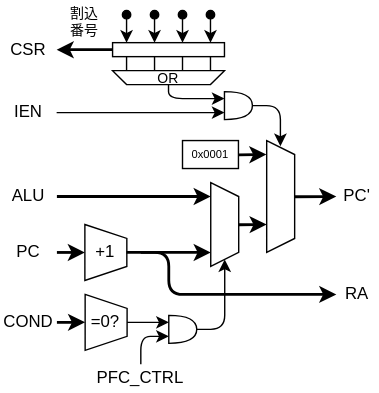
The draw.io diagram Lab/Computer/RK16/01_Architecture/img/pfc.dio.svg in amane-uehara/kanade-k-1228.github.io, before a commit. Source tidied: cells renumbered, new cells last; positions are measured from the earlier drawing's top-left corner, leaving out a move shared by most shapes.
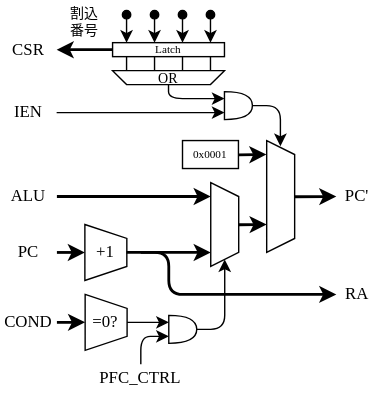
Later version of the same file.

What changed in the source:
```diff
@@ -2,13 +2,13 @@
   <root>
     <mxCell id="0" />
     <mxCell id="1" parent="0" />
-    <mxCell id="2" style="shape=trapezoid;perimeter=trapezoidPerimeter;whiteSpace=wrap;html=1;fixedSize=1;direction=south;size=10;" parent="1" vertex="1">
+    <mxCell id="2" style="shape=trapezoid;perimeter=trapezoidPerimeter;whiteSpace=wrap;html=1;fixedSize=1;direction=south;size=10;fontFamily='Kosugi Maru';fontSource=https%3A%2F%2Ffonts.googleapis.com%2Fcss%3Ffamily%3D'Kosugi%2BMaru';" parent="1" vertex="1">
       <mxGeometry x="190.2" y="100" width="20" height="80" as="geometry" />
     </mxCell>
-    <mxCell id="3" style="rounded=0;whiteSpace=wrap;html=1;fontSize=8;" parent="1" vertex="1">
+    <mxCell id="3" value="Latch" style="rounded=0;whiteSpace=wrap;html=1;fontSize=8;fontFamily='Kosugi Maru';fontSource=https%3A%2F%2Ffonts.googleapis.com%2Fcss%3Ffamily%3D'Kosugi%2BMaru';" parent="1" vertex="1">
       <mxGeometry x="80" y="30" width="80" height="10" as="geometry" />
     </mxCell>
-    <mxCell id="4" style="endArrow=classic;html=1;" parent="1" edge="1">
+    <mxCell id="4" style="endArrow=classic;html=1;fontFamily='Kosugi Maru';fontSource=https%3A%2F%2Ffonts.googleapis.com%2Fcss%3Ffamily%3D'Kosugi%2BMaru';" parent="1" edge="1">
       <mxGeometry relative="1" as="geometry">
         <mxPoint x="180" y="75" as="sourcePoint" />
         <mxPoint x="200" y="104" as="targetPoint" />
@@ -17,43 +17,43 @@
         </Array>
       </mxGeometry>
     </mxCell>
-    <mxCell id="5" style="endArrow=classic;html=1;strokeWidth=2;" parent="1" edge="1">
+    <mxCell id="5" style="endArrow=classic;html=1;strokeWidth=2;fontFamily='Kosugi Maru';fontSource=https%3A%2F%2Ffonts.googleapis.com%2Fcss%3Ffamily%3D'Kosugi%2BMaru';" parent="1" edge="1">
       <mxGeometry relative="1" as="geometry">
         <mxPoint x="80" y="35" as="sourcePoint" />
         <mxPoint x="40" y="35" as="targetPoint" />
       </mxGeometry>
     </mxCell>
-    <mxCell id="6" style="endArrow=classic;html=1;strokeWidth=2;" parent="1" edge="1">
+    <mxCell id="6" style="endArrow=classic;html=1;strokeWidth=2;fontFamily='Kosugi Maru';fontSource=https%3A%2F%2Ffonts.googleapis.com%2Fcss%3Ffamily%3D'Kosugi%2BMaru';" parent="1" edge="1">
       <mxGeometry relative="1" as="geometry">
         <mxPoint x="170.2" y="160.2" as="sourcePoint" />
         <mxPoint x="190.2" y="160" as="targetPoint" />
       </mxGeometry>
     </mxCell>
-    <mxCell id="7" style="endArrow=classic;html=1;strokeWidth=2;" parent="1" edge="1">
+    <mxCell id="7" style="endArrow=classic;html=1;strokeWidth=2;fontFamily='Kosugi Maru';fontSource=https%3A%2F%2Ffonts.googleapis.com%2Fcss%3Ffamily%3D'Kosugi%2BMaru';" parent="1" edge="1">
       <mxGeometry relative="1" as="geometry">
         <mxPoint x="210" y="140.2" as="sourcePoint" />
         <mxPoint x="240" y="140" as="targetPoint" />
       </mxGeometry>
     </mxCell>
-    <mxCell id="8" value="ALU" style="text;html=1;strokeColor=none;fillColor=none;align=center;verticalAlign=middle;whiteSpace=wrap;rounded=0;" parent="1" vertex="1">
+    <mxCell id="8" value="ALU" style="text;html=1;strokeColor=none;fillColor=none;align=center;verticalAlign=middle;whiteSpace=wrap;rounded=0;fontFamily='Kosugi Maru';fontSource=https%3A%2F%2Ffonts.googleapis.com%2Fcss%3Ffamily%3D'Kosugi%2BMaru';" parent="1" vertex="1">
       <mxGeometry y="130" width="40.2" height="20" as="geometry" />
     </mxCell>
-    <mxCell id="9" value="PFC_CTRL" style="text;html=1;strokeColor=none;fillColor=none;align=center;verticalAlign=middle;whiteSpace=wrap;rounded=0;" parent="1" vertex="1">
+    <mxCell id="9" value="PFC_CTRL" style="text;html=1;strokeColor=none;fillColor=none;align=center;verticalAlign=middle;whiteSpace=wrap;rounded=0;fontFamily='Kosugi Maru';fontSource=https%3A%2F%2Ffonts.googleapis.com%2Fcss%3Ffamily%3D'Kosugi%2BMaru';" parent="1" vertex="1">
       <mxGeometry x="70.2" y="260" width="60" height="20" as="geometry" />
     </mxCell>
-    <mxCell id="10" style="shape=trapezoid;perimeter=trapezoidPerimeter;whiteSpace=wrap;html=1;fixedSize=1;direction=south;size=10;" parent="1" vertex="1">
+    <mxCell id="10" style="shape=trapezoid;perimeter=trapezoidPerimeter;whiteSpace=wrap;html=1;fixedSize=1;direction=south;size=10;fontFamily='Kosugi Maru';fontSource=https%3A%2F%2Ffonts.googleapis.com%2Fcss%3Ffamily%3D'Kosugi%2BMaru';" parent="1" vertex="1">
       <mxGeometry x="150.2" y="130" width="20" height="60" as="geometry" />
     </mxCell>
-    <mxCell id="11" style="endArrow=classic;html=1;strokeWidth=2;" parent="1" edge="1">
+    <mxCell id="11" style="endArrow=classic;html=1;strokeWidth=2;fontFamily='Kosugi Maru';fontSource=https%3A%2F%2Ffonts.googleapis.com%2Fcss%3Ffamily%3D'Kosugi%2BMaru';" parent="1" edge="1">
       <mxGeometry relative="1" as="geometry">
         <mxPoint x="40.2" y="140" as="sourcePoint" />
         <mxPoint x="150.2" y="140" as="targetPoint" />
       </mxGeometry>
     </mxCell>
-    <mxCell id="12" value="割込&lt;br&gt;番号" style="text;html=1;strokeColor=none;fillColor=none;align=center;verticalAlign=middle;whiteSpace=wrap;rounded=0;fontSize=10;" parent="1" vertex="1">
+    <mxCell id="12" value="割込&lt;br&gt;番号" style="text;html=1;strokeColor=none;fillColor=none;align=center;verticalAlign=middle;whiteSpace=wrap;rounded=0;fontSize=10;fontFamily='Kosugi Maru';fontSource=https%3A%2F%2Ffonts.googleapis.com%2Fcss%3Ffamily%3D'Kosugi%2BMaru';" parent="1" vertex="1">
       <mxGeometry x="40" width="40" height="30" as="geometry" />
     </mxCell>
-    <mxCell id="13" style="endArrow=classic;html=1;fontSize=10;" parent="1" edge="1">
+    <mxCell id="13" style="endArrow=classic;html=1;fontSize=10;fontFamily='Kosugi Maru';fontSource=https%3A%2F%2Ffonts.googleapis.com%2Fcss%3Ffamily%3D'Kosugi%2BMaru';" parent="1" edge="1">
       <mxGeometry relative="1" as="geometry">
         <mxPoint x="140.2" y="235" as="sourcePoint" />
         <mxPoint x="160.2" y="185" as="targetPoint" />
@@ -62,25 +62,25 @@
         </Array>
       </mxGeometry>
     </mxCell>
-    <mxCell id="14" value="+1" style="shape=trapezoid;perimeter=trapezoidPerimeter;whiteSpace=wrap;html=1;fixedSize=1;direction=south;size=10;" parent="1" vertex="1">
+    <mxCell id="14" value="+1" style="shape=trapezoid;perimeter=trapezoidPerimeter;whiteSpace=wrap;html=1;fixedSize=1;direction=south;size=10;fontFamily='Kosugi Maru';fontSource=https%3A%2F%2Ffonts.googleapis.com%2Fcss%3Ffamily%3D'Kosugi%2BMaru';" parent="1" vertex="1">
       <mxGeometry x="60.2" y="160" width="30" height="40" as="geometry" />
     </mxCell>
-    <mxCell id="15" style="endArrow=classic;html=1;strokeWidth=2;" parent="1" edge="1">
+    <mxCell id="15" style="endArrow=classic;html=1;strokeWidth=2;fontFamily='Kosugi Maru';fontSource=https%3A%2F%2Ffonts.googleapis.com%2Fcss%3Ffamily%3D'Kosugi%2BMaru';" parent="1" edge="1">
       <mxGeometry relative="1" as="geometry">
         <mxPoint x="90" y="180" as="sourcePoint" />
         <mxPoint x="150.2" y="180" as="targetPoint" />
       </mxGeometry>
     </mxCell>
-    <mxCell id="16" style="shape=or;whiteSpace=wrap;html=1;fontSize=5;direction=east;" parent="1" vertex="1">
+    <mxCell id="16" style="shape=or;whiteSpace=wrap;html=1;fontSize=5;direction=east;fontFamily='Kosugi Maru';fontSource=https%3A%2F%2Ffonts.googleapis.com%2Fcss%3Ffamily%3D'Kosugi%2BMaru';" parent="1" vertex="1">
       <mxGeometry x="120.2" y="225" width="20" height="20" as="geometry" />
     </mxCell>
-    <mxCell id="17" style="endArrow=classic;html=1;fontSize=10;" parent="1" edge="1">
+    <mxCell id="17" style="endArrow=classic;html=1;fontSize=10;fontFamily='Kosugi Maru';fontSource=https%3A%2F%2Ffonts.googleapis.com%2Fcss%3Ffamily%3D'Kosugi%2BMaru';" parent="1" edge="1">
       <mxGeometry relative="1" as="geometry">
         <mxPoint x="90.2" y="230" as="sourcePoint" />
         <mxPoint x="120.2" y="230" as="targetPoint" />
       </mxGeometry>
     </mxCell>
-    <mxCell id="18" style="endArrow=classic;html=1;fontSize=10;" parent="1" edge="1">
+    <mxCell id="18" style="endArrow=classic;html=1;fontSize=10;fontFamily='Kosugi Maru';fontSource=https%3A%2F%2Ffonts.googleapis.com%2Fcss%3Ffamily%3D'Kosugi%2BMaru';" parent="1" edge="1">
       <mxGeometry relative="1" as="geometry">
         <mxPoint x="100.2" y="260" as="sourcePoint" />
         <mxPoint x="120.2" y="240" as="targetPoint" />
@@ -89,7 +89,7 @@
         </Array>
       </mxGeometry>
     </mxCell>
-    <mxCell id="19" style="endArrow=classic;html=1;strokeWidth=2;" parent="1" edge="1">
+    <mxCell id="19" style="endArrow=classic;html=1;strokeWidth=2;fontFamily='Kosugi Maru';fontSource=https%3A%2F%2Ffonts.googleapis.com%2Fcss%3Ffamily%3D'Kosugi%2BMaru';" parent="1" edge="1">
       <mxGeometry relative="1" as="geometry">
         <mxPoint x="100.2" y="180" as="sourcePoint" />
         <mxPoint x="240" y="210" as="targetPoint" />
@@ -99,109 +99,109 @@
         </Array>
       </mxGeometry>
     </mxCell>
-    <mxCell id="20" value="RA" style="text;html=1;strokeColor=none;fillColor=none;align=center;verticalAlign=middle;whiteSpace=wrap;rounded=0;" parent="1" vertex="1">
+    <mxCell id="20" value="RA" style="text;html=1;strokeColor=none;fillColor=none;align=center;verticalAlign=middle;whiteSpace=wrap;rounded=0;fontFamily='Kosugi Maru';fontSource=https%3A%2F%2Ffonts.googleapis.com%2Fcss%3Ffamily%3D'Kosugi%2BMaru';" parent="1" vertex="1">
       <mxGeometry x="240" y="200" width="30" height="20" as="geometry" />
     </mxCell>
-    <mxCell id="21" value="PC'" style="text;html=1;strokeColor=none;fillColor=none;align=center;verticalAlign=middle;whiteSpace=wrap;rounded=0;" parent="1" vertex="1">
+    <mxCell id="21" value="PC'" style="text;html=1;strokeColor=none;fillColor=none;align=center;verticalAlign=middle;whiteSpace=wrap;rounded=0;fontFamily='Kosugi Maru';fontSource=https%3A%2F%2Ffonts.googleapis.com%2Fcss%3Ffamily%3D'Kosugi%2BMaru';" parent="1" vertex="1">
       <mxGeometry x="240" y="130" width="30" height="20" as="geometry" />
     </mxCell>
-    <mxCell id="22" value="PC" style="text;html=1;strokeColor=none;fillColor=none;align=center;verticalAlign=middle;whiteSpace=wrap;rounded=0;" parent="1" vertex="1">
+    <mxCell id="22" value="PC" style="text;html=1;strokeColor=none;fillColor=none;align=center;verticalAlign=middle;whiteSpace=wrap;rounded=0;fontFamily='Kosugi Maru';fontSource=https%3A%2F%2Ffonts.googleapis.com%2Fcss%3Ffamily%3D'Kosugi%2BMaru';" parent="1" vertex="1">
       <mxGeometry y="170" width="40" height="20" as="geometry" />
     </mxCell>
-    <mxCell id="23" style="endArrow=classic;html=1;strokeWidth=2;" parent="1" edge="1">
+    <mxCell id="23" style="endArrow=classic;html=1;strokeWidth=2;fontFamily='Kosugi Maru';fontSource=https%3A%2F%2Ffonts.googleapis.com%2Fcss%3Ffamily%3D'Kosugi%2BMaru';" parent="1" edge="1">
       <mxGeometry relative="1" as="geometry">
         <mxPoint x="40.2" y="180" as="sourcePoint" />
         <mxPoint x="60.2" y="180" as="targetPoint" />
       </mxGeometry>
     </mxCell>
-    <mxCell id="24" value="=0?" style="shape=trapezoid;perimeter=trapezoidPerimeter;whiteSpace=wrap;html=1;fixedSize=1;direction=south;size=10;" parent="1" vertex="1">
+    <mxCell id="24" value="=0?" style="shape=trapezoid;perimeter=trapezoidPerimeter;whiteSpace=wrap;html=1;fixedSize=1;direction=south;size=10;fontFamily='Kosugi Maru';fontSource=https%3A%2F%2Ffonts.googleapis.com%2Fcss%3Ffamily%3D'Kosugi%2BMaru';" parent="1" vertex="1">
       <mxGeometry x="60.4" y="210" width="30" height="40" as="geometry" />
     </mxCell>
-    <mxCell id="25" value="COND" style="text;html=1;strokeColor=none;fillColor=none;align=center;verticalAlign=middle;whiteSpace=wrap;rounded=0;" parent="1" vertex="1">
+    <mxCell id="25" value="COND" style="text;html=1;strokeColor=none;fillColor=none;align=center;verticalAlign=middle;whiteSpace=wrap;rounded=0;fontFamily='Kosugi Maru';fontSource=https%3A%2F%2Ffonts.googleapis.com%2Fcss%3Ffamily%3D'Kosugi%2BMaru';" parent="1" vertex="1">
       <mxGeometry x="0.2" y="220" width="40.2" height="20" as="geometry" />
     </mxCell>
-    <mxCell id="26" style="endArrow=classic;html=1;strokeWidth=2;" parent="1" edge="1">
+    <mxCell id="26" style="endArrow=classic;html=1;strokeWidth=2;fontFamily='Kosugi Maru';fontSource=https%3A%2F%2Ffonts.googleapis.com%2Fcss%3Ffamily%3D'Kosugi%2BMaru';" parent="1" edge="1">
       <mxGeometry relative="1" as="geometry">
         <mxPoint x="40.2" y="230" as="sourcePoint" />
         <mxPoint x="60.4" y="230" as="targetPoint" />
       </mxGeometry>
     </mxCell>
-    <mxCell id="27" style="endArrow=classic;html=1;fontSize=25;startArrow=oval;startFill=1;" parent="1" edge="1">
+    <mxCell id="27" style="endArrow=classic;html=1;fontSize=25;startArrow=oval;startFill=1;fontFamily='Kosugi Maru';fontSource=https%3A%2F%2Ffonts.googleapis.com%2Fcss%3Ffamily%3D'Kosugi%2BMaru';" parent="1" edge="1">
       <mxGeometry relative="1" as="geometry">
         <mxPoint x="110" y="10" as="sourcePoint" />
         <mxPoint x="110" y="30" as="targetPoint" />
       </mxGeometry>
     </mxCell>
-    <mxCell id="28" style="endArrow=classic;html=1;fontSize=25;startArrow=oval;startFill=1;" parent="1" edge="1">
+    <mxCell id="28" style="endArrow=classic;html=1;fontSize=25;startArrow=oval;startFill=1;fontFamily='Kosugi Maru';fontSource=https%3A%2F%2Ffonts.googleapis.com%2Fcss%3Ffamily%3D'Kosugi%2BMaru';" parent="1" edge="1">
       <mxGeometry relative="1" as="geometry">
         <mxPoint x="90" y="10" as="sourcePoint" />
         <mxPoint x="90" y="30" as="targetPoint" />
       </mxGeometry>
     </mxCell>
-    <mxCell id="29" value="OR" style="shape=trapezoid;perimeter=trapezoidPerimeter;whiteSpace=wrap;html=1;fixedSize=1;direction=west;size=10;fontSize=10;" parent="1" vertex="1">
+    <mxCell id="29" value="OR" style="shape=trapezoid;perimeter=trapezoidPerimeter;whiteSpace=wrap;html=1;fixedSize=1;direction=west;size=10;fontSize=10;fontFamily='Kosugi Maru';fontSource=https%3A%2F%2Ffonts.googleapis.com%2Fcss%3Ffamily%3D'Kosugi%2BMaru';" parent="1" vertex="1">
       <mxGeometry x="80" y="50" width="80" height="10" as="geometry" />
     </mxCell>
-    <mxCell id="30" style="endArrow=classic;html=1;fontSize=25;startArrow=oval;startFill=1;" parent="1" edge="1">
+    <mxCell id="30" style="endArrow=classic;html=1;fontSize=25;startArrow=oval;startFill=1;fontFamily='Kosugi Maru';fontSource=https%3A%2F%2Ffonts.googleapis.com%2Fcss%3Ffamily%3D'Kosugi%2BMaru';" parent="1" edge="1">
       <mxGeometry relative="1" as="geometry">
         <mxPoint x="130" y="10" as="sourcePoint" />
         <mxPoint x="130" y="30" as="targetPoint" />
       </mxGeometry>
     </mxCell>
-    <mxCell id="31" style="endArrow=classic;html=1;fontSize=25;startArrow=oval;startFill=1;" parent="1" edge="1">
+    <mxCell id="31" style="endArrow=classic;html=1;fontSize=25;startArrow=oval;startFill=1;fontFamily='Kosugi Maru';fontSource=https%3A%2F%2Ffonts.googleapis.com%2Fcss%3Ffamily%3D'Kosugi%2BMaru';" parent="1" edge="1">
       <mxGeometry relative="1" as="geometry">
         <mxPoint x="150" y="10" as="sourcePoint" />
         <mxPoint x="150" y="30" as="targetPoint" />
       </mxGeometry>
     </mxCell>
-    <mxCell id="32" value="IEN" style="text;html=1;strokeColor=none;fillColor=none;align=center;verticalAlign=middle;whiteSpace=wrap;rounded=0;" parent="1" vertex="1">
+    <mxCell id="32" value="IEN" style="text;html=1;strokeColor=none;fillColor=none;align=center;verticalAlign=middle;whiteSpace=wrap;rounded=0;fontFamily='Kosugi Maru';fontSource=https%3A%2F%2Ffonts.googleapis.com%2Fcss%3Ffamily%3D'Kosugi%2BMaru';" parent="1" vertex="1">
       <mxGeometry y="70" width="40" height="20" as="geometry" />
     </mxCell>
-    <mxCell id="33" style="endArrow=none;html=1;fontSize=8;" parent="1" edge="1">
+    <mxCell id="33" style="endArrow=none;html=1;fontSize=8;fontFamily='Kosugi Maru';fontSource=https%3A%2F%2Ffonts.googleapis.com%2Fcss%3Ffamily%3D'Kosugi%2BMaru';" parent="1" edge="1">
       <mxGeometry relative="1" as="geometry">
         <mxPoint x="130" y="50" as="sourcePoint" />
         <mxPoint x="130" y="40" as="targetPoint" />
       </mxGeometry>
     </mxCell>
-    <mxCell id="34" style="endArrow=none;html=1;fontSize=8;" parent="1" edge="1">
+    <mxCell id="34" style="endArrow=none;html=1;fontSize=8;fontFamily='Kosugi Maru';fontSource=https%3A%2F%2Ffonts.googleapis.com%2Fcss%3Ffamily%3D'Kosugi%2BMaru';" parent="1" edge="1">
       <mxGeometry relative="1" as="geometry">
         <mxPoint x="150" y="50" as="sourcePoint" />
         <mxPoint x="150" y="40" as="targetPoint" />
       </mxGeometry>
     </mxCell>
-    <mxCell id="35" style="endArrow=none;html=1;fontSize=8;" parent="1" edge="1">
+    <mxCell id="35" style="endArrow=none;html=1;fontSize=8;fontFamily='Kosugi Maru';fontSource=https%3A%2F%2Ffonts.googleapis.com%2Fcss%3Ffamily%3D'Kosugi%2BMaru';" parent="1" edge="1">
       <mxGeometry relative="1" as="geometry">
         <mxPoint x="90" y="50" as="sourcePoint" />
         <mxPoint x="90" y="40" as="targetPoint" />
       </mxGeometry>
     </mxCell>
-    <mxCell id="36" style="endArrow=none;html=1;fontSize=8;" parent="1" edge="1">
+    <mxCell id="36" style="endArrow=none;html=1;fontSize=8;fontFamily='Kosugi Maru';fontSource=https%3A%2F%2Ffonts.googleapis.com%2Fcss%3Ffamily%3D'Kosugi%2BMaru';" parent="1" edge="1">
       <mxGeometry relative="1" as="geometry">
         <mxPoint x="110" y="50" as="sourcePoint" />
         <mxPoint x="110" y="40" as="targetPoint" />
       </mxGeometry>
     </mxCell>
-    <mxCell id="37" value="0x0001" style="rounded=0;whiteSpace=wrap;html=1;fontSize=8;" parent="1" vertex="1">
+    <mxCell id="37" value="0x0001" style="rounded=0;whiteSpace=wrap;html=1;fontSize=8;fontFamily='Kosugi Maru';fontSource=https%3A%2F%2Ffonts.googleapis.com%2Fcss%3Ffamily%3D'Kosugi%2BMaru';" parent="1" vertex="1">
       <mxGeometry x="130" y="100" width="40" height="20" as="geometry" />
     </mxCell>
-    <mxCell id="38" style="endArrow=classic;html=1;strokeWidth=2;" parent="1" edge="1">
+    <mxCell id="38" style="endArrow=classic;html=1;strokeWidth=2;fontFamily='Kosugi Maru';fontSource=https%3A%2F%2Ffonts.googleapis.com%2Fcss%3Ffamily%3D'Kosugi%2BMaru';" parent="1" edge="1">
       <mxGeometry relative="1" as="geometry">
         <mxPoint x="170" y="110.2" as="sourcePoint" />
         <mxPoint x="190" y="110" as="targetPoint" />
       </mxGeometry>
     </mxCell>
-    <mxCell id="39" style="shape=or;whiteSpace=wrap;html=1;fontSize=5;direction=east;" parent="1" vertex="1">
+    <mxCell id="39" style="shape=or;whiteSpace=wrap;html=1;fontSize=5;direction=east;fontFamily='Kosugi Maru';fontSource=https%3A%2F%2Ffonts.googleapis.com%2Fcss%3Ffamily%3D'Kosugi%2BMaru';" parent="1" vertex="1">
       <mxGeometry x="160" y="65" width="20" height="20" as="geometry" />
     </mxCell>
-    <mxCell id="40" style="endArrow=classic;html=1;fontSize=10;" parent="1" edge="1">
+    <mxCell id="40" style="endArrow=classic;html=1;fontSize=10;fontFamily='Kosugi Maru';fontSource=https%3A%2F%2Ffonts.googleapis.com%2Fcss%3Ffamily%3D'Kosugi%2BMaru';" parent="1" edge="1">
       <mxGeometry relative="1" as="geometry">
         <mxPoint x="40" y="80" as="sourcePoint" />
         <mxPoint x="160" y="80" as="targetPoint" />
       </mxGeometry>
     </mxCell>
-    <mxCell id="41" value="CSR" style="text;html=1;strokeColor=none;fillColor=none;align=center;verticalAlign=middle;whiteSpace=wrap;rounded=0;" parent="1" vertex="1">
+    <mxCell id="41" value="CSR" style="text;html=1;strokeColor=none;fillColor=none;align=center;verticalAlign=middle;whiteSpace=wrap;rounded=0;fontFamily='Kosugi Maru';fontSource=https%3A%2F%2Ffonts.googleapis.com%2Fcss%3Ffamily%3D'Kosugi%2BMaru';" parent="1" vertex="1">
       <mxGeometry y="20" width="40" height="30" as="geometry" />
     </mxCell>
-    <mxCell id="42" style="endArrow=classic;html=1;fontSize=10;" parent="1" edge="1">
+    <mxCell id="42" style="endArrow=classic;html=1;fontSize=10;fontFamily='Kosugi Maru';fontSource=https%3A%2F%2Ffonts.googleapis.com%2Fcss%3Ffamily%3D'Kosugi%2BMaru';" parent="1" edge="1">
       <mxGeometry relative="1" as="geometry">
         <mxPoint x="120" y="60" as="sourcePoint" />
         <mxPoint x="160" y="70" as="targetPoint" />
```
